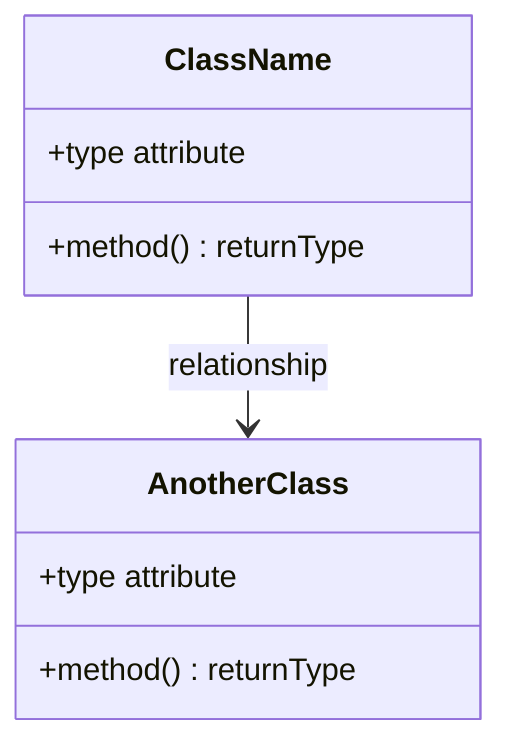
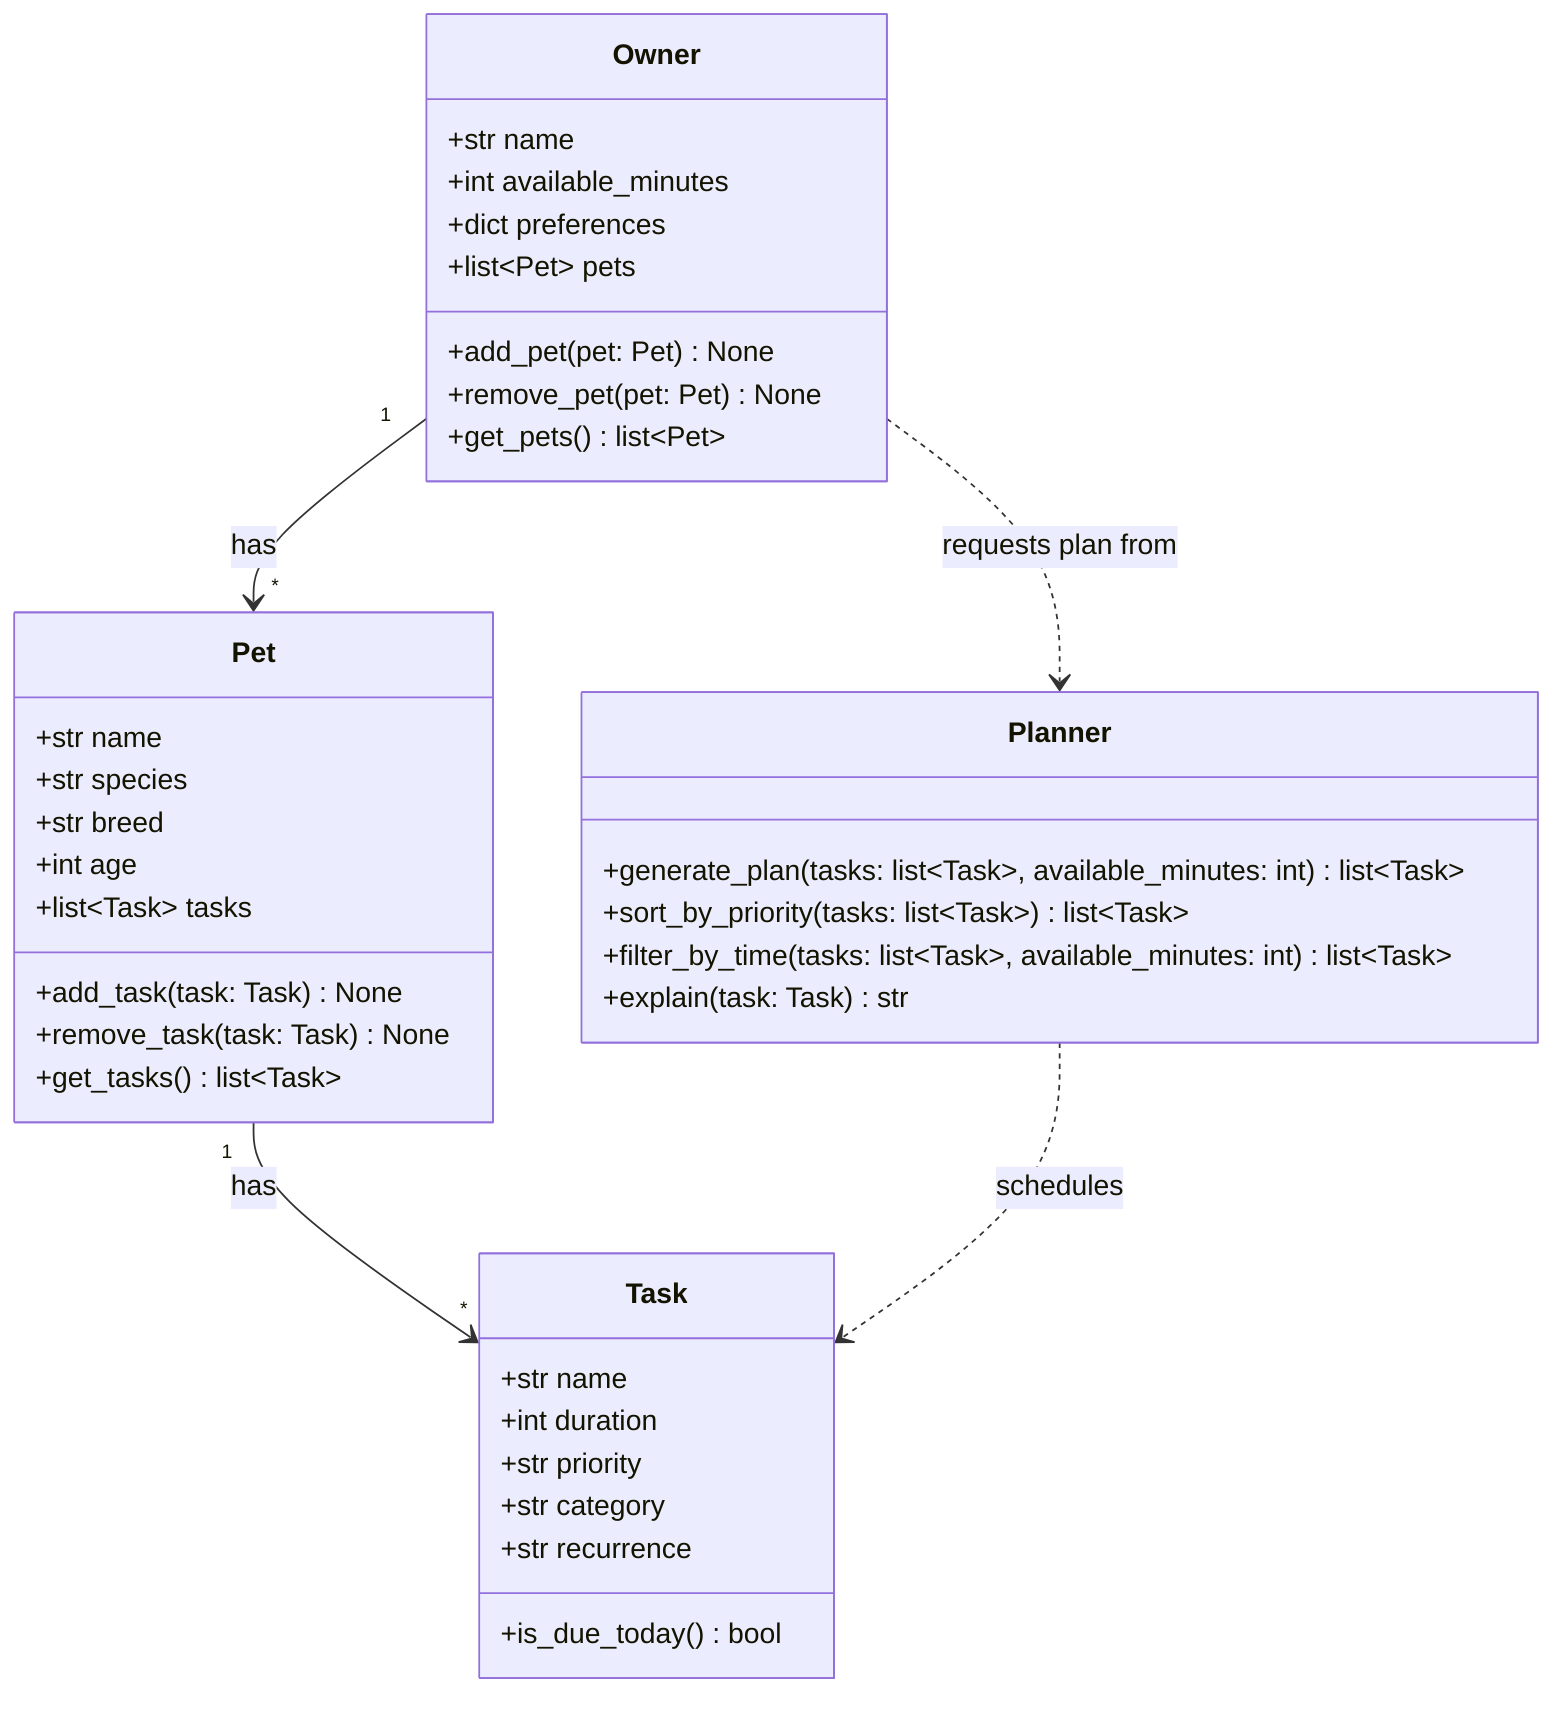
classDiagram
-     %% Replace the placeholders below with your actual classes, attributes, methods, and relationships.
-     %% Keep this file updated so it matches your final implementation.
- 
-     class ClassName {
-         +type attribute
-         +method() returnType
+     class Owner {
+         +str name
+         +int available_minutes
+         +dict preferences
+         +list~Pet~ pets
+         +add_pet(pet: Pet) None
+         +remove_pet(pet: Pet) None
+         +get_pets() list~Pet~
    }

-     class AnotherClass {
-         +type attribute
-         +method() returnType
+     class Pet {
+         +str name
+         +str species
+         +str breed
+         +int age
+         +list~Task~ tasks
+         +add_task(task: Task) None
+         +remove_task(task: Task) None
+         +get_tasks() list~Task~
    }

-     ClassName --> AnotherClass : relationship
+     class Task {
+         +str name
+         +int duration
+         +str priority
+         +str category
+         +str recurrence
+         +is_due_today() bool
+     }
+ 
+     class Planner {
+         +generate_plan(tasks: list~Task~, available_minutes: int) list~Task~
+         +sort_by_priority(tasks: list~Task~) list~Task~
+         +filter_by_time(tasks: list~Task~, available_minutes: int) list~Task~
+         +explain(task: Task) str
+     }
+ 
+     Owner "1" --> "*" Pet : has
+     Pet "1" --> "*" Task : has
+     Planner ..> Task : schedules
+     Owner ..> Planner : requests plan from
